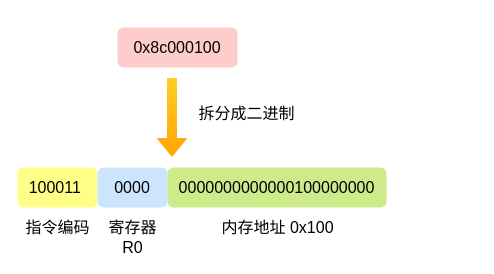
Before: 操作系统/程序执行/load指令二进制.drawio in xiaolincoder/ImageHost2, a draw.io diagram. Source tidied: cells renumbered, new cells numbered last; positions are measured from the earlier drawing's top-left corner, leaving out a move shared by most shapes. Both pictures are drawn from the tidied source at 100%, with x=0, y=0 at pixel (17, 27).
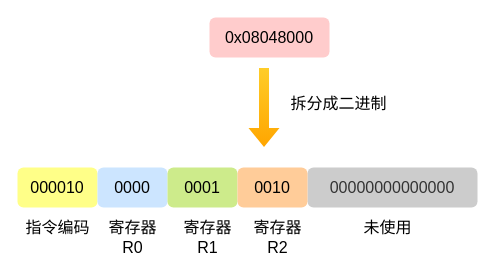
After the change.

Commit message:
Update add指令二进制.drawio

What changed in the source:
```diff
@@
 <mxGraphModel>
   <root>
     <mxCell id="0" />
     <mxCell id="1" parent="0" />
-    <mxCell id="2" value="0x8c000100" style="rounded=1;whiteSpace=wrap;html=1;fontSize=16;fillColor=#ffcccc;strokeColor=none;" parent="1" vertex="1">
-      <mxGeometry x="100" width="120" height="40" as="geometry" />
+    <mxCell id="2" value="0x08048000" style="rounded=1;whiteSpace=wrap;html=1;fontSize=16;fillColor=#ffcccc;strokeColor=none;" parent="1" vertex="1">
+      <mxGeometry x="192" y="-10" width="120" height="40" as="geometry" />
     </mxCell>
     <mxCell id="3" style="shape=flexArrow;endArrow=classic;html=1;fontSize=16;fillColor=#ffcd28;gradientColor=#ffa500;strokeColor=none;" parent="1" edge="1">
       <mxGeometry relative="1" as="geometry">
-        <mxPoint x="154.5" y="50" as="sourcePoint" />
-        <mxPoint x="154.5" y="130" as="targetPoint" />
+        <mxPoint x="246.5" y="40" as="sourcePoint" />
+        <mxPoint x="246.5" y="120" as="targetPoint" />
       </mxGeometry>
     </mxCell>
     <mxCell id="4" value="拆分成二进制" style="text;html=1;align=center;verticalAlign=middle;fontSize=16;" parent="1" vertex="1">
-      <mxGeometry x="174" y="76" width="110" height="20" as="geometry" />
+      <mxGeometry x="266" y="66" width="110" height="20" as="geometry" />
     </mxCell>
-    <mxCell id="5" value="100011&amp;nbsp;" style="rounded=1;whiteSpace=wrap;html=1;fontSize=16;fillColor=#ffff88;strokeColor=none;" parent="1" vertex="1">
+    <mxCell id="5" value="&lt;span&gt;000010&lt;/span&gt;" style="rounded=1;whiteSpace=wrap;html=1;fontSize=16;fillColor=#ffff88;strokeColor=none;" parent="1" vertex="1">
       <mxGeometry y="140" width="80" height="40" as="geometry" />
     </mxCell>
     <mxCell id="6" value="0000" style="rounded=1;whiteSpace=wrap;html=1;fontSize=16;fillColor=#cce5ff;strokeColor=none;" parent="1" vertex="1">
       <mxGeometry x="80" y="140" width="70" height="40" as="geometry" />
     </mxCell>
-    <mxCell id="7" value="&lt;span&gt;0000000000000100000000&lt;/span&gt;" style="rounded=1;whiteSpace=wrap;html=1;fontSize=16;fillColor=#cdeb8b;strokeColor=none;" parent="1" vertex="1">
-      <mxGeometry x="150" y="140" width="219" height="40" as="geometry" />
+    <mxCell id="7" value="&lt;span&gt;00000000000000&lt;/span&gt;" style="rounded=1;whiteSpace=wrap;html=1;fontSize=16;fontColor=#333333;strokeColor=none;fillColor=#CCCCCC;" parent="1" vertex="1">
+      <mxGeometry x="290" y="140" width="170" height="40" as="geometry" />
     </mxCell>
     <mxCell id="8" value="指令编码" style="text;html=1;align=center;verticalAlign=middle;fontSize=16;" parent="1" vertex="1">
       <mxGeometry y="190" width="80" height="20" as="geometry" />
     </mxCell>
     <mxCell id="9" value="寄存器 &lt;br&gt;R0" style="text;html=1;align=center;verticalAlign=middle;fontSize=16;" parent="1" vertex="1">
       <mxGeometry x="85" y="190" width="60" height="40" as="geometry" />
     </mxCell>
-    <mxCell id="10" value="内存地址 0x100" style="text;html=1;align=center;verticalAlign=middle;fontSize=16;" parent="1" vertex="1">
-      <mxGeometry x="194.5" y="190" width="130" height="20" as="geometry" />
+    <mxCell id="10" value="未使用" style="text;html=1;align=center;verticalAlign=middle;fontSize=16;" parent="1" vertex="1">
+      <mxGeometry x="340" y="190" width="60" height="20" as="geometry" />
     </mxCell>
+    <mxCell id="11" value="&lt;span&gt;0001&lt;/span&gt;" style="rounded=1;whiteSpace=wrap;html=1;fontSize=16;fillColor=#cdeb8b;strokeColor=none;" parent="1" vertex="1">
+      <mxGeometry x="150" y="140" width="70" height="40" as="geometry" />
+    </mxCell>
+    <mxCell id="12" value="&lt;span&gt;0010&lt;/span&gt;" style="rounded=1;whiteSpace=wrap;html=1;fontSize=16;fillColor=#ffcc99;strokeColor=none;" parent="1" vertex="1">
+      <mxGeometry x="220" y="140" width="70" height="40" as="geometry" />
+    </mxCell>
+    <mxCell id="13" value="寄存器 &lt;br&gt;R2" style="text;html=1;align=center;verticalAlign=middle;fontSize=16;" parent="1" vertex="1">
+      <mxGeometry x="230" y="190" width="60" height="40" as="geometry" />
+    </mxCell>
+    <mxCell id="14" value="寄存器 &lt;br&gt;R1" style="text;html=1;align=center;verticalAlign=middle;fontSize=16;" parent="1" vertex="1">
+      <mxGeometry x="160" y="190" width="60" height="40" as="geometry" />
+    </mxCell>
   </root>
 </mxGraphModel>
```
